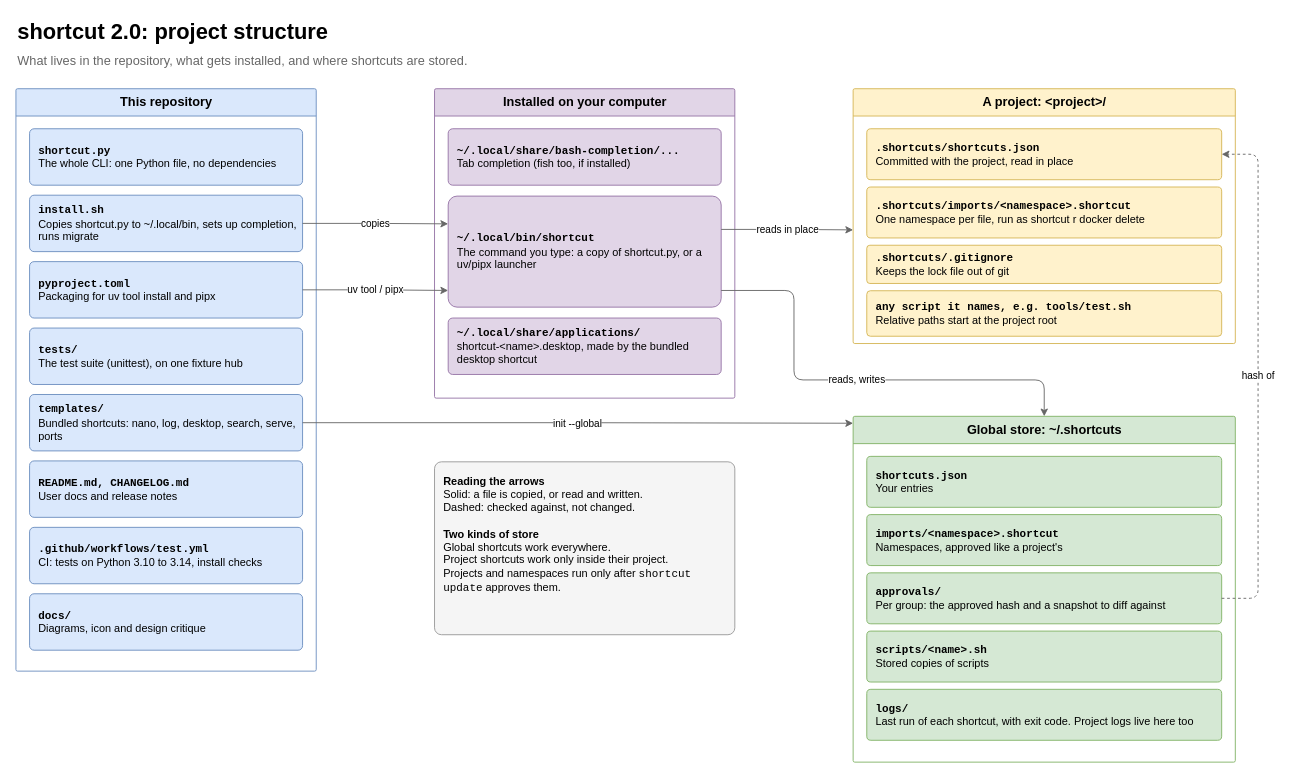
The draw.io diagram page "1 Structure" (1 of 5) of docs/shortcut-overview.drawio in StanLukuvka/Shortcut, before the edit. Source tidied: cells renumbered, new cells numbered last; positions are measured from the earlier drawing's top-left corner, leaving out a move shared by most shapes. Both pictures are drawn from the tidied source at 91%, with x=0, y=0 at pixel (15, 15).
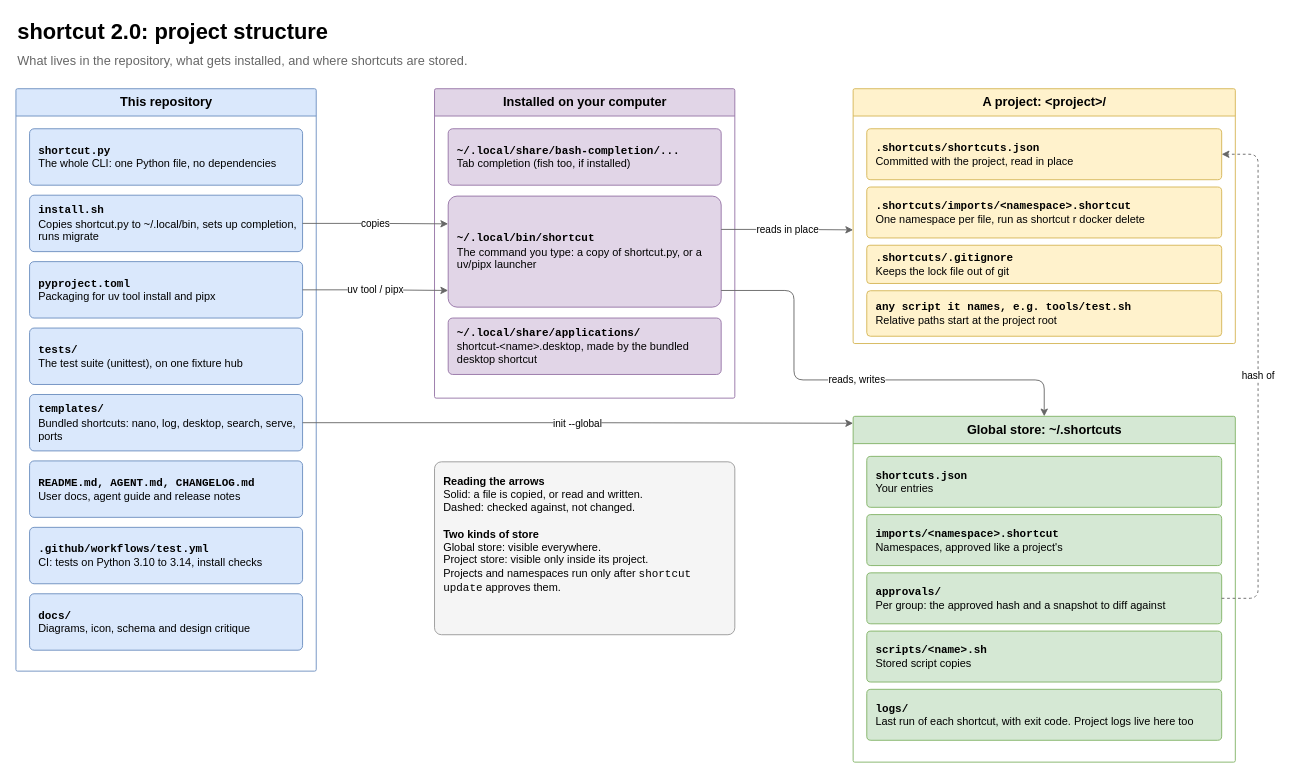
The same diagram, later.

The change refers to these unchanged cells:
```xml
<mxCell id="4" value="&lt;b&gt;This repository&lt;/b&gt;" style="swimlane;startSize=30;html=1;rounded=1;arcSize=2;fontSize=14;fillColor=#dae8fc;strokeColor=#6c8ebf;swimlaneFillColor=none;" parent="1" vertex="1">
  <mxGeometry y="80" width="330" height="640" as="geometry" />
</mxCell>
<mxCell id="22" value="&lt;b&gt;Global store: ~/.shortcuts&lt;/b&gt;" style="swimlane;startSize=30;html=1;rounded=1;arcSize=2;fontSize=14;fillColor=#d5e8d4;strokeColor=#82b366;swimlaneFillColor=none;" parent="1" vertex="1">
  <mxGeometry x="920" y="440" width="420" height="380" as="geometry" />
</mxCell>
```

The edit, as a diff of the source:
```diff
@@
-    <mxCell id="10" value="&lt;b&gt;&lt;font face=&quot;monospace&quot;&gt;README.md, CHANGELOG.md&lt;/font&gt;&lt;/b&gt;&lt;br&gt;User docs and release notes" style="rounded=1;whiteSpace=wrap;html=1;arcSize=8;fillColor=#dae8fc;strokeColor=#6c8ebf;fontSize=12;align=left;spacingLeft=8;spacingRight=6;" parent="4" vertex="1">
+    <mxCell id="10" value="&lt;b&gt;&lt;font face=&quot;monospace&quot;&gt;README.md, AGENT.md, CHANGELOG.md&lt;/font&gt;&lt;/b&gt;&lt;br&gt;User docs, agent guide and release notes" style="rounded=1;whiteSpace=wrap;html=1;arcSize=8;fillColor=#dae8fc;strokeColor=#6c8ebf;fontSize=12;align=left;spacingLeft=8;spacingRight=6;" parent="4" vertex="1">
       <mxGeometry x="15" y="409" width="300" height="62" as="geometry" />
     </mxCell>
@@
-    <mxCell id="12" value="&lt;b&gt;&lt;font face=&quot;monospace&quot;&gt;docs/&lt;/font&gt;&lt;/b&gt;&lt;br&gt;Diagrams, icon and design critique" style="rounded=1;whiteSpace=wrap;html=1;arcSize=8;fillColor=#dae8fc;strokeColor=#6c8ebf;fontSize=12;align=left;spacingLeft=8;spacingRight=6;" parent="4" vertex="1">
+    <mxCell id="12" value="&lt;b&gt;&lt;font face=&quot;monospace&quot;&gt;docs/&lt;/font&gt;&lt;/b&gt;&lt;br&gt;Diagrams, icon, schema and design critique" style="rounded=1;whiteSpace=wrap;html=1;arcSize=8;fillColor=#dae8fc;strokeColor=#6c8ebf;fontSize=12;align=left;spacingLeft=8;spacingRight=6;" parent="4" vertex="1">
       <mxGeometry x="15" y="555" width="300" height="62" as="geometry" />
     </mxCell>
@@
-    <mxCell id="26" value="&lt;b&gt;&lt;font face=&quot;monospace&quot;&gt;scripts/&amp;lt;name&amp;gt;.sh&lt;/font&gt;&lt;/b&gt;&lt;br&gt;Stored copies of scripts" style="rounded=1;whiteSpace=wrap;html=1;arcSize=8;fillColor=#d5e8d4;strokeColor=#82b366;fontSize=12;align=left;spacingLeft=8;spacingRight=6;" parent="22" vertex="1">
+    <mxCell id="26" value="&lt;b&gt;&lt;font face=&quot;monospace&quot;&gt;scripts/&amp;lt;name&amp;gt;.sh&lt;/font&gt;&lt;/b&gt;&lt;br&gt;Stored script copies" style="rounded=1;whiteSpace=wrap;html=1;arcSize=8;fillColor=#d5e8d4;strokeColor=#82b366;fontSize=12;align=left;spacingLeft=8;spacingRight=6;" parent="22" vertex="1">
       <mxGeometry x="15" y="236" width="390" height="56" as="geometry" />
     </mxCell>
@@
-    <mxCell id="28" value="&lt;b&gt;Reading the arrows&lt;/b&gt;&lt;br&gt;Solid: a file is copied, or read and written.&lt;br&gt;Dashed: checked against, not changed.&lt;br&gt;&lt;br&gt;&lt;b&gt;Two kinds of store&lt;/b&gt;&lt;br&gt;Global shortcuts work everywhere.&lt;br&gt;Project shortcuts work only inside their project.&lt;br&gt;Projects and namespaces run only after &lt;font face=&quot;monospace&quot;&gt;shortcut update&lt;/font&gt; approves them." style="rounded=1;whiteSpace=wrap;html=1;arcSize=4;fillColor=#f5f5f5;strokeColor=#999999;fontSize=12;align=left;verticalAlign=top;spacing=10;" parent="1" vertex="1">
+    <mxCell id="28" value="&lt;b&gt;Reading the arrows&lt;/b&gt;&lt;br&gt;Solid: a file is copied, or read and written.&lt;br&gt;Dashed: checked against, not changed.&lt;br&gt;&lt;br&gt;&lt;b&gt;Two kinds of store&lt;/b&gt;&lt;br&gt;Global store: visible everywhere.&lt;br&gt;Project store: visible only inside its project.&lt;br&gt;Projects and namespaces run only after &lt;font face=&quot;monospace&quot;&gt;shortcut update&lt;/font&gt; approves them." style="rounded=1;whiteSpace=wrap;html=1;arcSize=4;fillColor=#f5f5f5;strokeColor=#999999;fontSize=12;align=left;verticalAlign=top;spacing=10;" parent="1" vertex="1">
       <mxGeometry x="460" y="490" width="330" height="190" as="geometry" />
     </mxCell>
```
